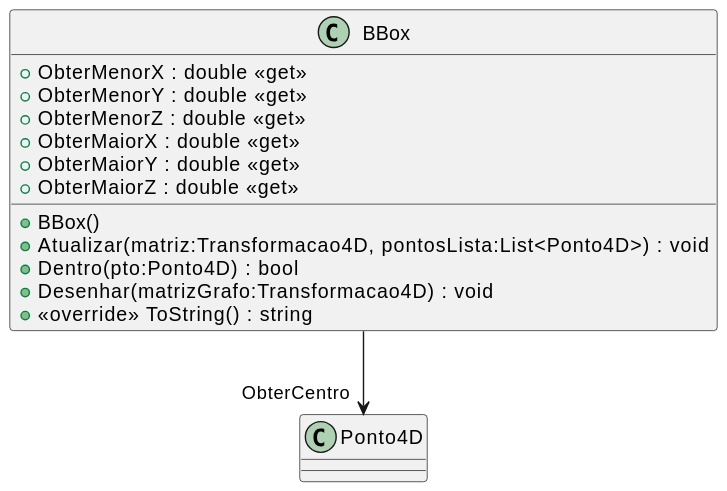
Above: CG_Biblioteca/svg/plantuml/BBox.svg in majutestoni/disciplina_CG_2025_1 (PlantUML), before the change. The source it was exported from:
```plantuml
@startuml
class BBox {
    + BBox()
    + Atualizar(matriz:Transformacao4D, pontosLista:List<Ponto4D>) : void
    + Dentro(pto:Ponto4D) : bool
    + ObterMenorX : double <<get>>
    + ObterMenorY : double <<get>>
    + ObterMenorZ : double <<get>>
    + ObterMaiorX : double <<get>>
    + ObterMaiorY : double <<get>>
    + ObterMaiorZ : double <<get>>
    + Desenhar(matrizGrafo:Transformacao4D) : void
    + <<override>> ToString() : string
}
BBox --> "ObterCentro" Ponto4D
@enduml
```
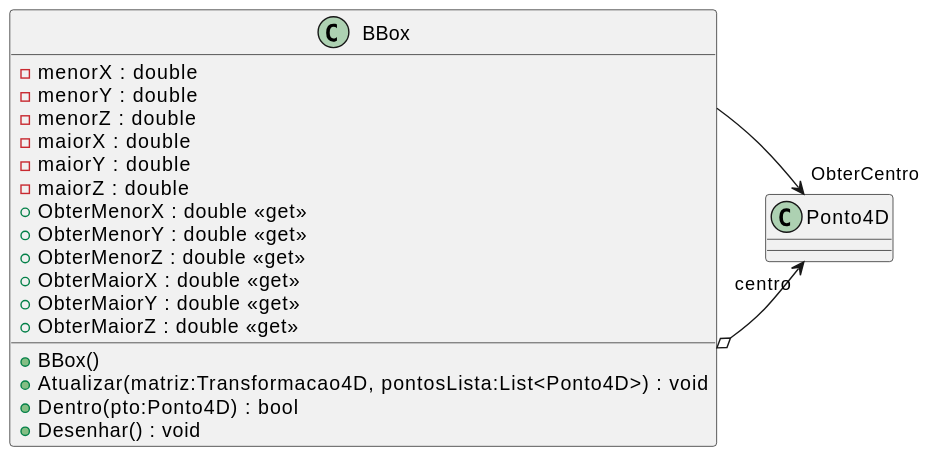
After the commit.

Change to the diagram source:
```diff
@@ -1,5 +1,11 @@
 @startuml
 class BBox {
+    - menorX : double
+    - menorY : double
+    - menorZ : double
+    - maiorX : double
+    - maiorY : double
+    - maiorZ : double
     + BBox()
     + Atualizar(matriz:Transformacao4D, pontosLista:List<Ponto4D>) : void
     + Dentro(pto:Ponto4D) : bool
@@ -9,8 +15,8 @@
     + ObterMaiorX : double <<get>>
     + ObterMaiorY : double <<get>>
     + ObterMaiorZ : double <<get>>
-    + Desenhar(matrizGrafo:Transformacao4D) : void
-    + <<override>> ToString() : string
+    + Desenhar() : void
 }
+BBox o-> "centro" Ponto4D
 BBox --> "ObterCentro" Ponto4D
 @enduml
```
